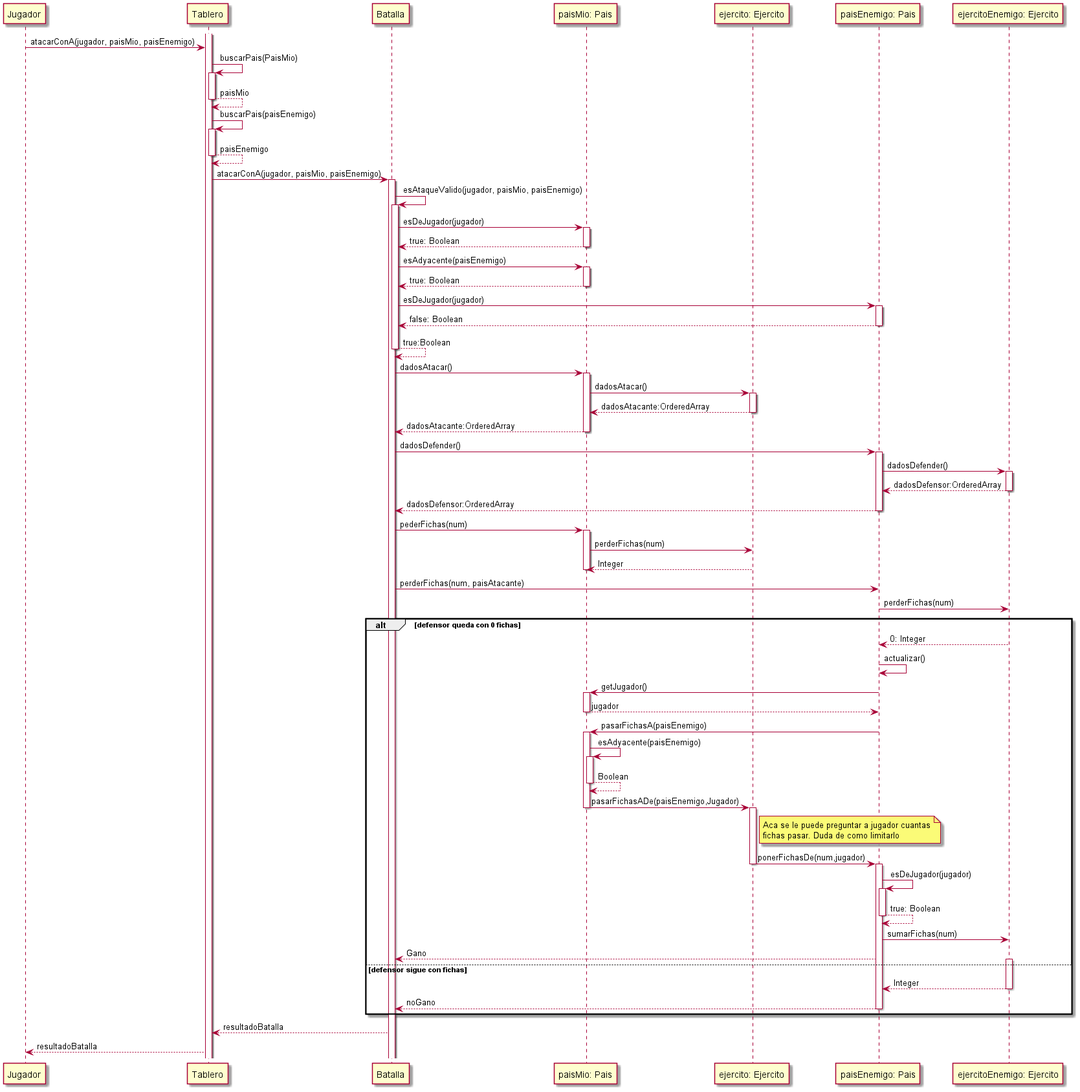
Before: docs/Diagramas/DiagramaDeSecuenciaUnPaisAtacaAOtro-V0.2.png, a diagram exported from PlantUML (mpata2000/Algo3-TP2-TEG). Its diagram source:
```plantuml
@startuml DiagramaDeSecuenciaUnPaisAtacaAOtro-V0.2

Participant Jugador
Participant Tablero
Participant Batalla
Participant Pais as "paisMio: Pais"
Participant Ejercito as "ejercito: Ejercito"
Participant PaisEnemigo as "paisEnemigo: Pais"
Participant EjercitoEnemigo as "ejercitoEnemigo: Ejercito"

activate Tablero
Jugador->Tablero: atacarConA(jugador, paisMio, paisEnemigo)
Tablero -> Tablero: buscarPais(PaisMio)
activate Tablero
Tablero --> Tablero: paisMio
deactivate Tablero
Tablero -> Tablero: buscarPais(paisEnemigo)
activate Tablero
Tablero --> Tablero: paisEnemigo
deactivate Tablero
Tablero -> Batalla: atacarConA(jugador, paisMio, paisEnemigo)
activate Batalla
Batalla -> Batalla: esAtaqueValido(jugador, paisMio, paisEnemigo)
activate Batalla
Batalla -> Pais: esDeJugador(jugador)
activate Pais
Pais --> Batalla: true: Boolean
deactivate Pais
Batalla -> Pais: esAdyacente(paisEnemigo)
activate Pais
Pais --> Batalla: true: Boolean
deactivate Pais
Batalla -> PaisEnemigo: esDeJugador(jugador)
activate PaisEnemigo
PaisEnemigo --> Batalla: false: Boolean
deactivate PaisEnemigo
Batalla --> Batalla: true:Boolean
deactivate Batalla
Batalla -> Pais: dadosAtacar()
activate Pais
Pais -> Ejercito: dadosAtacar()
activate Ejercito
Ejercito --> Pais: dadosAtacante:OrderedArray
deactivate Ejercito
Pais --> Batalla: dadosAtacante:OrderedArray
deactivate Pais
Batalla -> PaisEnemigo: dadosDefender()
activate PaisEnemigo
PaisEnemigo -> EjercitoEnemigo: dadosDefender()
activate EjercitoEnemigo
EjercitoEnemigo --> PaisEnemigo: dadosDefensor:OrderedArray
deactivate EjercitoEnemigo
PaisEnemigo --> Batalla: dadosDefensor:OrderedArray
deactivate PaisEnemigo
Batalla -> Pais: pederFichas(num)
activate Pais
Pais -> Ejercito: perderFichas(num)
Ejercito --> Pais: Integer
deactivate Pais
Batalla -> PaisEnemigo: perderFichas(num, paisAtacante)
PaisEnemigo -> EjercitoEnemigo: perderFichas(num)

alt defensor queda con 0 fichas
    EjercitoEnemigo --> PaisEnemigo: 0: Integer
    PaisEnemigo -> PaisEnemigo: actualizar()
    PaisEnemigo -> Pais: getJugador()
    activate Pais
    Pais --> PaisEnemigo:  jugador
    deactivate Pais
    PaisEnemigo -> Pais: pasarFichasA(paisEnemigo)
    activate Pais
    Pais -> Pais: esAdyacente(paisEnemigo)
    activate Pais
    Pais --> Pais: Boolean
    deactivate Pais
    Pais -> Ejercito: pasarFichasADe(paisEnemigo,Jugador)
    deactivate Pais
    activate Ejercito
    note right Ejercito
        Aca se le puede preguntar a jugador cuantas
        fichas pasar. Duda de como limitarlo
    end note
    Ejercito -> PaisEnemigo: ponerFichasDe(num,jugador)
    deactivate Ejercito
    activate PaisEnemigo
    PaisEnemigo -> PaisEnemigo: esDeJugador(jugador)
    activate PaisEnemigo
    PaisEnemigo --> PaisEnemigo: true: Boolean
    deactivate PaisEnemigo
    PaisEnemigo -> EjercitoEnemigo: sumarFichas(num)
    PaisEnemigo --> Batalla: Gano
else  defensor sigue con fichas
    activate EjercitoEnemigo
    EjercitoEnemigo --> PaisEnemigo: Integer
    deactivate EjercitoEnemigo
    PaisEnemigo --> Batalla: noGano
    deactivate PaisEnemigo
end
Batalla --> Tablero: resultadoBatalla
Tablero --> Jugador: resultadoBatalla

@enduml
```
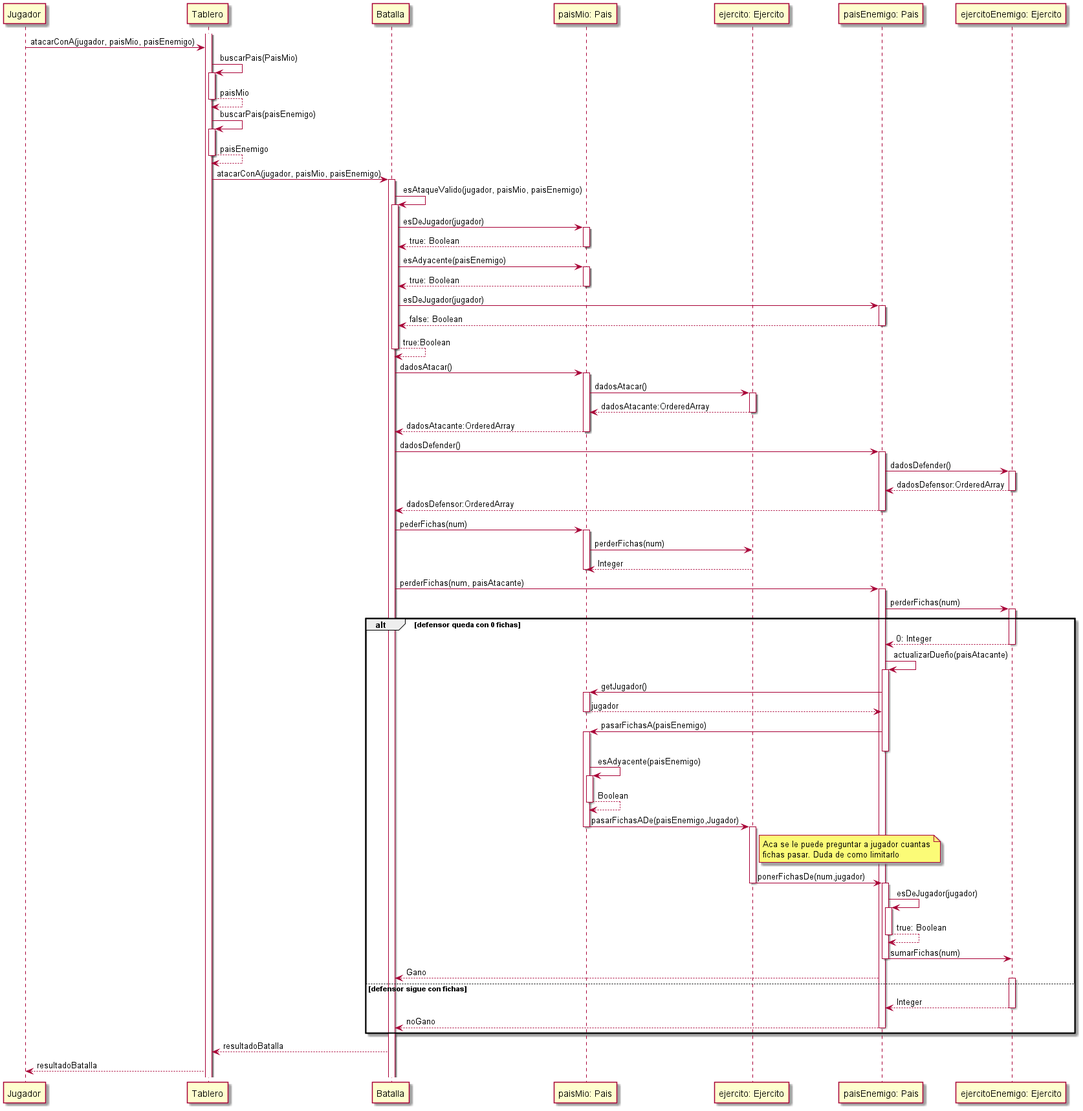
Later version of the same file.

Commit message:
Update de pais ataca otro pais V0.2

What changed in the source:
```diff
@@ -58,17 +58,22 @@
 Ejercito --> Pais: Integer
 deactivate Pais
 Batalla -> PaisEnemigo: perderFichas(num, paisAtacante)
+activate PaisEnemigo
 PaisEnemigo -> EjercitoEnemigo: perderFichas(num)
+activate EjercitoEnemigo
 
 alt defensor queda con 0 fichas
     EjercitoEnemigo --> PaisEnemigo: 0: Integer
-    PaisEnemigo -> PaisEnemigo: actualizar()
+    deactivate EjercitoEnemigo
+    PaisEnemigo -> PaisEnemigo: actualizarDueño(paisAtacante)
+    activate PaisEnemigo
     PaisEnemigo -> Pais: getJugador()
     activate Pais
     Pais --> PaisEnemigo:  jugador
     deactivate Pais
     PaisEnemigo -> Pais: pasarFichasA(paisEnemigo)
     activate Pais
+    deactivate PaisEnemigo
     Pais -> Pais: esAdyacente(paisEnemigo)
     activate Pais
     Pais --> Pais: Boolean
@@ -88,6 +93,7 @@
     PaisEnemigo --> PaisEnemigo: true: Boolean
     deactivate PaisEnemigo
     PaisEnemigo -> EjercitoEnemigo: sumarFichas(num)
+    deactivate PaisEnemigo
     PaisEnemigo --> Batalla: Gano
 else  defensor sigue con fichas
     activate EjercitoEnemigo
```
